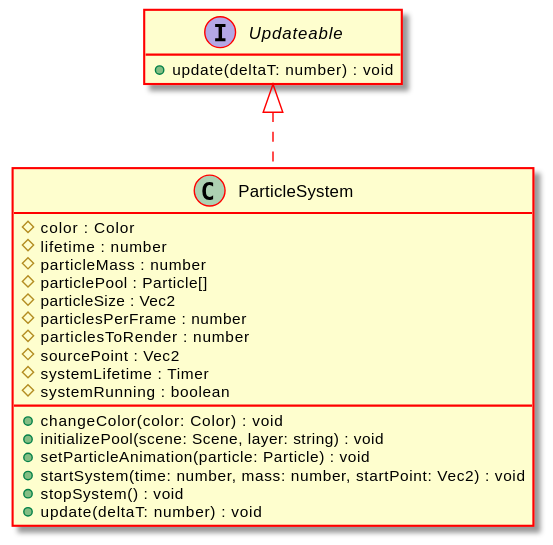
This is docs/api/assets/ParticleSystem-umlClassDiagram-5428.svg from Test123938/Test2, a PlantUML export, as it was before one commit. The source it was exported from:
```plantuml
@startuml
skinparam ClassArrowColor #ff0000
skinparam ClassBorderColor #ff0000
skinparam BackgroundColor transparent
hide empty methods
hide empty fields
class "ParticleSystem" {
    #color : Color
    #lifetime : number
    #particleMass : number
    #particlePool : Particle[]
    #particleSize : Vec2
    #particlesPerFrame : number
    #particlesToRender : number
    #sourcePoint : Vec2
    #systemLifetime : Timer
    #systemRunning : boolean
    +changeColor(color: Color) : void
    +initializePool(scene: Scene, layer: string) : void
    +setParticleAnimation(particle: Particle) : void
    +startSystem(time: number, mass: number, startPoint: Vec2) : void
    +stopSystem() : void
    +update(deltaT: number) : void
}
interface "Updateable" {
    +update(deltaT: number) : void
}
"Updateable" <|.. "ParticleSystem"
@enduml
```
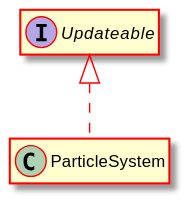
Above is the later version.

Diff of the diagram source:
```diff
@@ -5,25 +5,8 @@
 hide empty methods
 hide empty fields
 class "ParticleSystem" {
-    #color : Color
-    #lifetime : number
-    #particleMass : number
-    #particlePool : Particle[]
-    #particleSize : Vec2
-    #particlesPerFrame : number
-    #particlesToRender : number
-    #sourcePoint : Vec2
-    #systemLifetime : Timer
-    #systemRunning : boolean
-    +changeColor(color: Color) : void
-    +initializePool(scene: Scene, layer: string) : void
-    +setParticleAnimation(particle: Particle) : void
-    +startSystem(time: number, mass: number, startPoint: Vec2) : void
-    +stopSystem() : void
-    +update(deltaT: number) : void
 }
 interface "Updateable" {
-    +update(deltaT: number) : void
 }
 "Updateable" <|.. "ParticleSystem"
 @enduml
```
